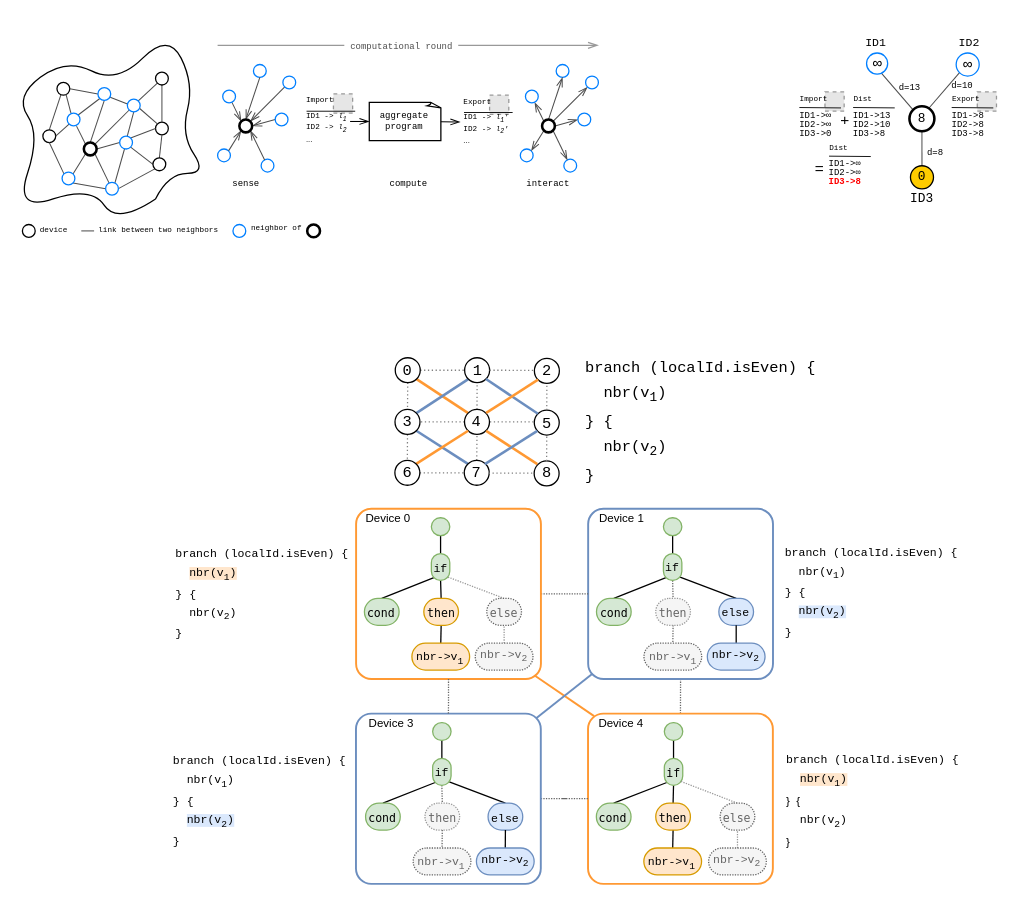
Earlier version of the draw.io diagram page "aggregate" (5 of 8) of resources/schemas/all-schemas.drawio (tassiluca/scafi3-mp-api-thesis). Source tidied: cells renumbered, new cells numbered last; positions are measured from the earlier drawing's top-left corner, leaving out a move shared by most shapes. Both pictures are drawn from the tidied source at 128%, with x=0, y=0 at pixel (14, 22). Pictures stored in the file or linked from it are replaced by grey dashed boxes.
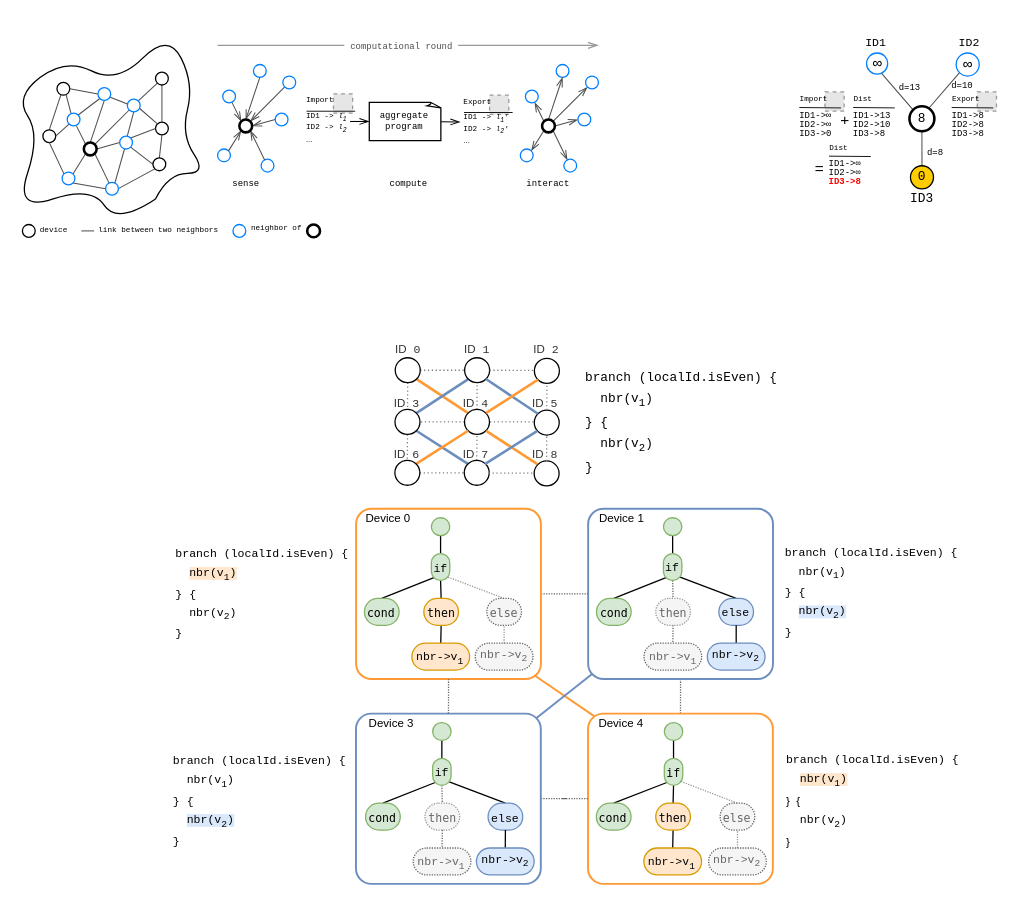
The same diagram, later.

Diff of the diagram source:
```diff
@@
-    <mxCell id="121" value="&lt;pre style=&quot;line-height: 0px;&quot;&gt;0&lt;/pre&gt;" style="ellipse;whiteSpace=wrap;html=1;strokeWidth=1;" parent="1" vertex="1">
+    <mxCell id="121" value="&lt;pre style=&quot;line-height: 0px;&quot;&gt;&lt;br&gt;&lt;/pre&gt;" style="ellipse;whiteSpace=wrap;html=1;strokeWidth=1;" parent="1" vertex="1">
       <mxGeometry x="297.3" y="262" width="19.5" height="19.5" as="geometry" />
     </mxCell>
@@
-    <mxCell id="123" value="&lt;pre style=&quot;line-height: 0px;&quot;&gt;1&lt;/pre&gt;" style="ellipse;whiteSpace=wrap;html=1;strokeWidth=1;" parent="1" vertex="1">
+    <mxCell id="123" value="&lt;pre style=&quot;line-height: 0px;&quot;&gt;&lt;br&gt;&lt;/pre&gt;" style="ellipse;whiteSpace=wrap;html=1;strokeWidth=1;" parent="1" vertex="1">
       <mxGeometry x="351.5" y="262" width="19.5" height="19.5" as="geometry" />
     </mxCell>
-    <mxCell id="124" value="&lt;pre style=&quot;line-height: 0px;&quot;&gt;2&lt;/pre&gt;" style="ellipse;whiteSpace=wrap;html=1;strokeWidth=1;" parent="1" vertex="1">
+    <mxCell id="124" value="&lt;pre style=&quot;line-height: 0px;&quot;&gt;&lt;br&gt;&lt;/pre&gt;" style="ellipse;whiteSpace=wrap;html=1;strokeWidth=1;" parent="1" vertex="1">
       <mxGeometry x="406" y="262.5" width="19.5" height="19.5" as="geometry" />
     </mxCell>
@@
-    <mxCell id="127" value="&lt;pre style=&quot;line-height: 0px;&quot;&gt;3&lt;/pre&gt;" style="ellipse;whiteSpace=wrap;html=1;strokeWidth=1;" parent="1" vertex="1">
+    <mxCell id="127" value="&lt;pre style=&quot;line-height: 0px;&quot;&gt;&lt;br&gt;&lt;/pre&gt;" style="ellipse;whiteSpace=wrap;html=1;strokeWidth=1;" parent="1" vertex="1">
       <mxGeometry x="297.1" y="302.4" width="19.5" height="19.5" as="geometry" />
     </mxCell>
@@
-    <mxCell id="130" value="&lt;pre style=&quot;line-height: 0px;&quot;&gt;4&lt;/pre&gt;" style="ellipse;whiteSpace=wrap;html=1;strokeWidth=1;" parent="1" vertex="1">
+    <mxCell id="130" value="&lt;pre style=&quot;line-height: 0px;&quot;&gt;&lt;br&gt;&lt;/pre&gt;" style="ellipse;whiteSpace=wrap;html=1;strokeWidth=1;" parent="1" vertex="1">
       <mxGeometry x="351.4" y="302.4" width="19.5" height="19.5" as="geometry" />
     </mxCell>
-    <mxCell id="131" value="&lt;pre style=&quot;line-height: 0px;&quot;&gt;5&lt;/pre&gt;" style="ellipse;whiteSpace=wrap;html=1;strokeWidth=1;" parent="1" vertex="1">
+    <mxCell id="131" value="&lt;pre style=&quot;line-height: 0px;&quot;&gt;&lt;br&gt;&lt;/pre&gt;" style="ellipse;whiteSpace=wrap;html=1;strokeWidth=1;" parent="1" vertex="1">
       <mxGeometry x="405.9" y="302.9" width="19.5" height="19.5" as="geometry" />
     </mxCell>
@@
-    <mxCell id="134" value="&lt;pre style=&quot;line-height: 0px;&quot;&gt;6&lt;/pre&gt;" style="ellipse;whiteSpace=wrap;html=1;strokeWidth=1;" parent="1" vertex="1">
+    <mxCell id="134" value="&lt;pre style=&quot;line-height: 0px;&quot;&gt;&lt;br&gt;&lt;/pre&gt;" style="ellipse;whiteSpace=wrap;html=1;strokeWidth=1;" parent="1" vertex="1">
       <mxGeometry x="297" y="342.1" width="19.5" height="19.5" as="geometry" />
     </mxCell>
@@
-    <mxCell id="136" value="&lt;pre style=&quot;line-height: 0px;&quot;&gt;7&lt;/pre&gt;" style="ellipse;whiteSpace=wrap;html=1;strokeWidth=1;" parent="1" vertex="1">
+    <mxCell id="136" value="&lt;pre style=&quot;line-height: 0px;&quot;&gt;&lt;br&gt;&lt;/pre&gt;" style="ellipse;whiteSpace=wrap;html=1;strokeWidth=1;" parent="1" vertex="1">
       <mxGeometry x="351.2" y="342.1" width="19.5" height="19.5" as="geometry" />
     </mxCell>
-    <mxCell id="137" value="&lt;pre style=&quot;line-height: 0px;&quot;&gt;8&lt;/pre&gt;" style="ellipse;whiteSpace=wrap;html=1;strokeWidth=1;" parent="1" vertex="1">
+    <mxCell id="137" value="&lt;pre style=&quot;line-height: 0px;&quot;&gt;&lt;br&gt;&lt;/pre&gt;" style="ellipse;whiteSpace=wrap;html=1;strokeWidth=1;" parent="1" vertex="1">
       <mxGeometry x="405.8" y="342.6" width="19.5" height="19.5" as="geometry" />
     </mxCell>
@@
-    <mxCell id="221" value="&lt;pre style=&quot;line-height: 60%;&quot;&gt;&lt;font style=&quot;font-size: 12px;&quot;&gt;branch (localId.isEven) {&lt;/font&gt;&lt;/pre&gt;&lt;pre style=&quot;line-height: 60%;&quot;&gt;&lt;font style=&quot;font-size: 12px;&quot;&gt;&lt;font style=&quot;font-size: 12px;&quot;&gt;  &lt;/font&gt;&lt;font style=&quot;font-size: 12px;&quot;&gt;nbr(v&lt;sub&gt;1&lt;/sub&gt;)&lt;/font&gt;&lt;/font&gt;&lt;/pre&gt;&lt;pre style=&quot;line-height: 60%;&quot;&gt;&lt;font style=&quot;font-size: 12px;&quot;&gt;} {&lt;/font&gt;&lt;/pre&gt;&lt;pre style=&quot;line-height: 60%;&quot;&gt;&lt;font style=&quot;font-size: 12px;&quot;&gt;  nbr(v&lt;sub&gt;2&lt;/sub&gt;)&lt;/font&gt;&lt;/pre&gt;&lt;pre style=&quot;line-height: 60%;&quot;&gt;&lt;font style=&quot;font-size: 12px;&quot;&gt;}&lt;/font&gt;&lt;/pre&gt;" style="text;html=1;align=left;verticalAlign=middle;whiteSpace=wrap;rounded=0;" parent="1" vertex="1">
+    <mxCell id="221" value="&lt;pre style=&quot;line-height: 60%; font-size: 10px;&quot;&gt;&lt;font style=&quot;font-size: 10px;&quot;&gt;branch (localId.isEven) {&lt;/font&gt;&lt;/pre&gt;&lt;pre style=&quot;line-height: 60%; font-size: 10px;&quot;&gt;&lt;font style=&quot;font-size: 10px;&quot;&gt;&lt;font style=&quot;font-size: 10px;&quot;&gt;  &lt;/font&gt;&lt;font style=&quot;font-size: 10px;&quot;&gt;nbr(v&lt;sub&gt;1&lt;/sub&gt;)&lt;/font&gt;&lt;/font&gt;&lt;/pre&gt;&lt;pre style=&quot;line-height: 60%; font-size: 10px;&quot;&gt;&lt;font style=&quot;font-size: 10px;&quot;&gt;} {&lt;/font&gt;&lt;/pre&gt;&lt;pre style=&quot;line-height: 60%; font-size: 10px;&quot;&gt;&lt;font style=&quot;font-size: 10px;&quot;&gt;  nbr(v&lt;sub&gt;2&lt;/sub&gt;)&lt;/font&gt;&lt;/pre&gt;&lt;pre style=&quot;line-height: 60%; font-size: 10px;&quot;&gt;&lt;font style=&quot;font-size: 10px;&quot;&gt;}&lt;/font&gt;&lt;/pre&gt;" style="text;html=1;align=left;verticalAlign=middle;whiteSpace=wrap;rounded=0;" parent="1" vertex="1">
       <mxGeometry x="444.1" y="277.6" width="143.9" height="70" as="geometry" />
     </mxCell>
+    <mxCell id="222" value="&lt;pre style=&quot;font-size: 9px;&quot;&gt;&lt;font face=&quot;Helvetica&quot; style=&quot;font-size: 9px;&quot;&gt;ID&lt;/font&gt; 0&lt;/pre&gt;" style="text;html=1;align=center;verticalAlign=middle;whiteSpace=wrap;rounded=0;fillColor=none;fontColor=#333333;strokeColor=none;fontSize=9;" parent="1" vertex="1">
+      <mxGeometry x="292.5" y="251" width="29.1" height="10" as="geometry" />
+    </mxCell>
+    <mxCell id="223" value="&lt;pre style=&quot;font-size: 9px;&quot;&gt;&lt;font face=&quot;Helvetica&quot; style=&quot;font-size: 9px;&quot;&gt;ID&lt;/font&gt; 1&lt;/pre&gt;" style="text;html=1;align=center;verticalAlign=middle;whiteSpace=wrap;rounded=0;fillColor=none;fontColor=#333333;strokeColor=none;fontSize=9;" parent="1" vertex="1">
+      <mxGeometry x="346.7" y="251" width="29.1" height="10" as="geometry" />
+    </mxCell>
+    <mxCell id="224" value="&lt;pre style=&quot;font-size: 9px;&quot;&gt;&lt;font face=&quot;Helvetica&quot; style=&quot;font-size: 9px;&quot;&gt;ID&lt;/font&gt; 2&lt;/pre&gt;" style="text;html=1;align=center;verticalAlign=middle;whiteSpace=wrap;rounded=0;fillColor=none;fontColor=#333333;strokeColor=none;fontSize=9;" parent="1" vertex="1">
+      <mxGeometry x="400.9" y="251" width="29.1" height="10" as="geometry" />
+    </mxCell>
+    <mxCell id="225" value="&lt;pre style=&quot;font-size: 9px;&quot;&gt;&lt;font face=&quot;Helvetica&quot; style=&quot;font-size: 9px;&quot;&gt;ID&lt;/font&gt; 3&lt;/pre&gt;" style="text;html=1;align=center;verticalAlign=middle;whiteSpace=wrap;rounded=0;fillColor=none;fontColor=#333333;strokeColor=none;fontSize=9;" parent="1" vertex="1">
+      <mxGeometry x="292.2" y="292.5" width="29.1" height="10" as="geometry" />
+    </mxCell>
+    <mxCell id="226" value="&lt;pre style=&quot;font-size: 9px;&quot;&gt;&lt;font face=&quot;Helvetica&quot; style=&quot;font-size: 9px;&quot;&gt;ID&lt;/font&gt; 4&lt;/pre&gt;" style="text;html=1;align=center;verticalAlign=middle;whiteSpace=wrap;rounded=0;fillColor=none;fontColor=#333333;strokeColor=none;fontSize=9;" parent="1" vertex="1">
+      <mxGeometry x="346.4" y="292.5" width="29.1" height="10" as="geometry" />
+    </mxCell>
+    <mxCell id="227" value="&lt;pre style=&quot;font-size: 9px;&quot;&gt;&lt;font face=&quot;Helvetica&quot; style=&quot;font-size: 9px;&quot;&gt;ID&lt;/font&gt; 5&lt;/pre&gt;" style="text;html=1;align=center;verticalAlign=middle;whiteSpace=wrap;rounded=0;fillColor=none;fontColor=#333333;strokeColor=none;fontSize=9;" parent="1" vertex="1">
+      <mxGeometry x="400.4" y="292.5" width="29.1" height="10" as="geometry" />
+    </mxCell>
+    <mxCell id="228" value="&lt;pre style=&quot;font-size: 9px;&quot;&gt;&lt;font face=&quot;Helvetica&quot; style=&quot;font-size: 9px;&quot;&gt;ID&lt;/font&gt; 6&lt;/pre&gt;" style="text;html=1;align=center;verticalAlign=middle;whiteSpace=wrap;rounded=0;fillColor=none;fontColor=#333333;strokeColor=none;fontSize=9;" parent="1" vertex="1">
+      <mxGeometry x="292.2" y="333.1" width="29.1" height="10" as="geometry" />
+    </mxCell>
+    <mxCell id="229" value="&lt;pre style=&quot;font-size: 9px;&quot;&gt;&lt;font face=&quot;Helvetica&quot; style=&quot;font-size: 9px;&quot;&gt;ID&lt;/font&gt; 7&lt;/pre&gt;" style="text;html=1;align=center;verticalAlign=middle;whiteSpace=wrap;rounded=0;fillColor=none;fontColor=#333333;strokeColor=none;fontSize=9;" parent="1" vertex="1">
+      <mxGeometry x="346.4" y="333.1" width="29.1" height="10" as="geometry" />
+    </mxCell>
+    <mxCell id="230" value="&lt;pre style=&quot;font-size: 9px;&quot;&gt;&lt;font face=&quot;Helvetica&quot; style=&quot;font-size: 9px;&quot;&gt;ID&lt;/font&gt; 8&lt;/pre&gt;" style="text;html=1;align=center;verticalAlign=middle;whiteSpace=wrap;rounded=0;fillColor=none;fontColor=#333333;strokeColor=none;fontSize=9;" parent="1" vertex="1">
+      <mxGeometry x="400.4" y="333.1" width="29.1" height="10" as="geometry" />
+    </mxCell>
```
